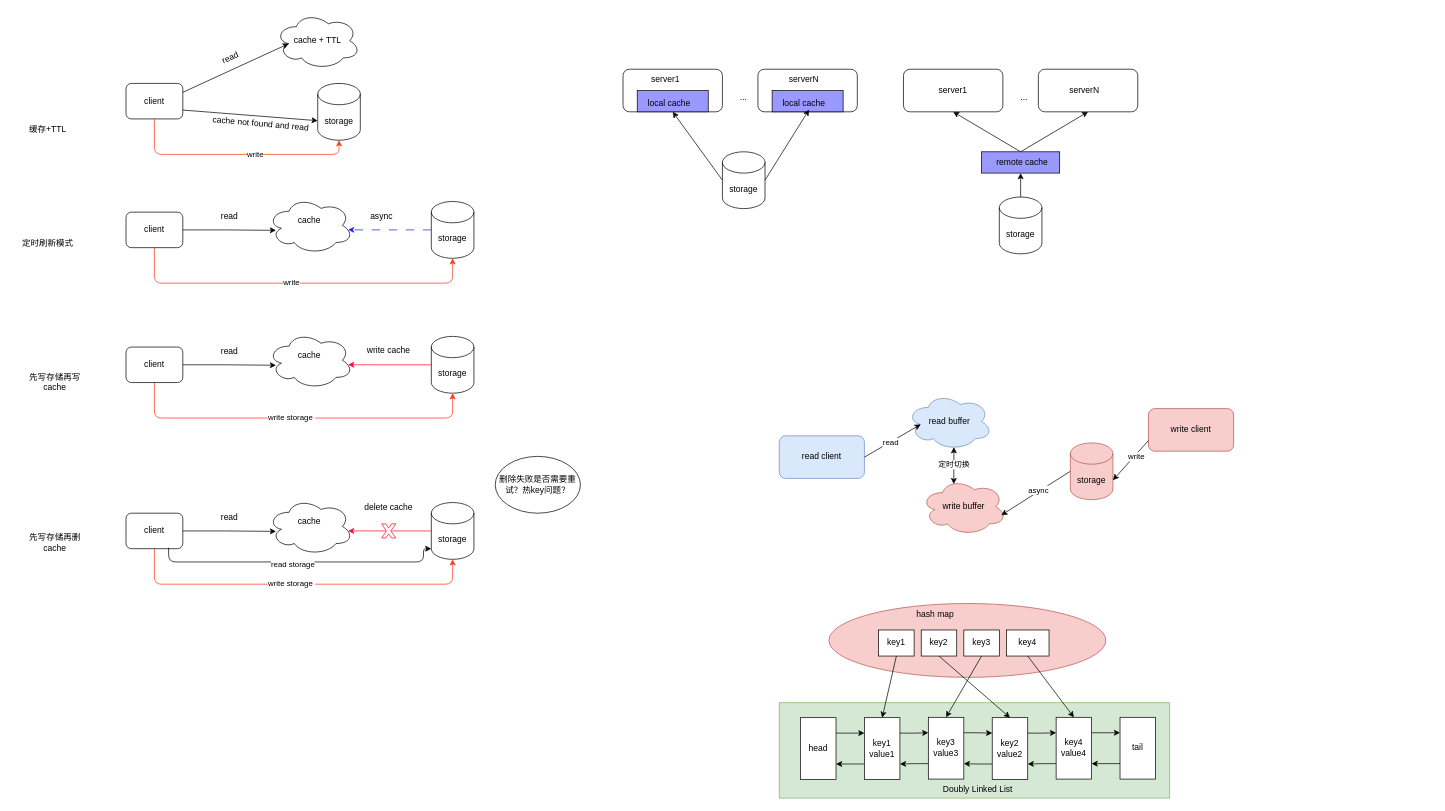
Before: page "cache" (3 of 6) of source/diagrams/tech.drawio in wxquare/wxquare.github.io, a draw.io diagram. Source tidied: cells renumbered, new cells numbered last; positions are measured from the earlier drawing's top-left corner, leaving out a move shared by most shapes. Both pictures are drawn from the tidied source at 71%, with x=0, y=0 at pixel (12, 12).
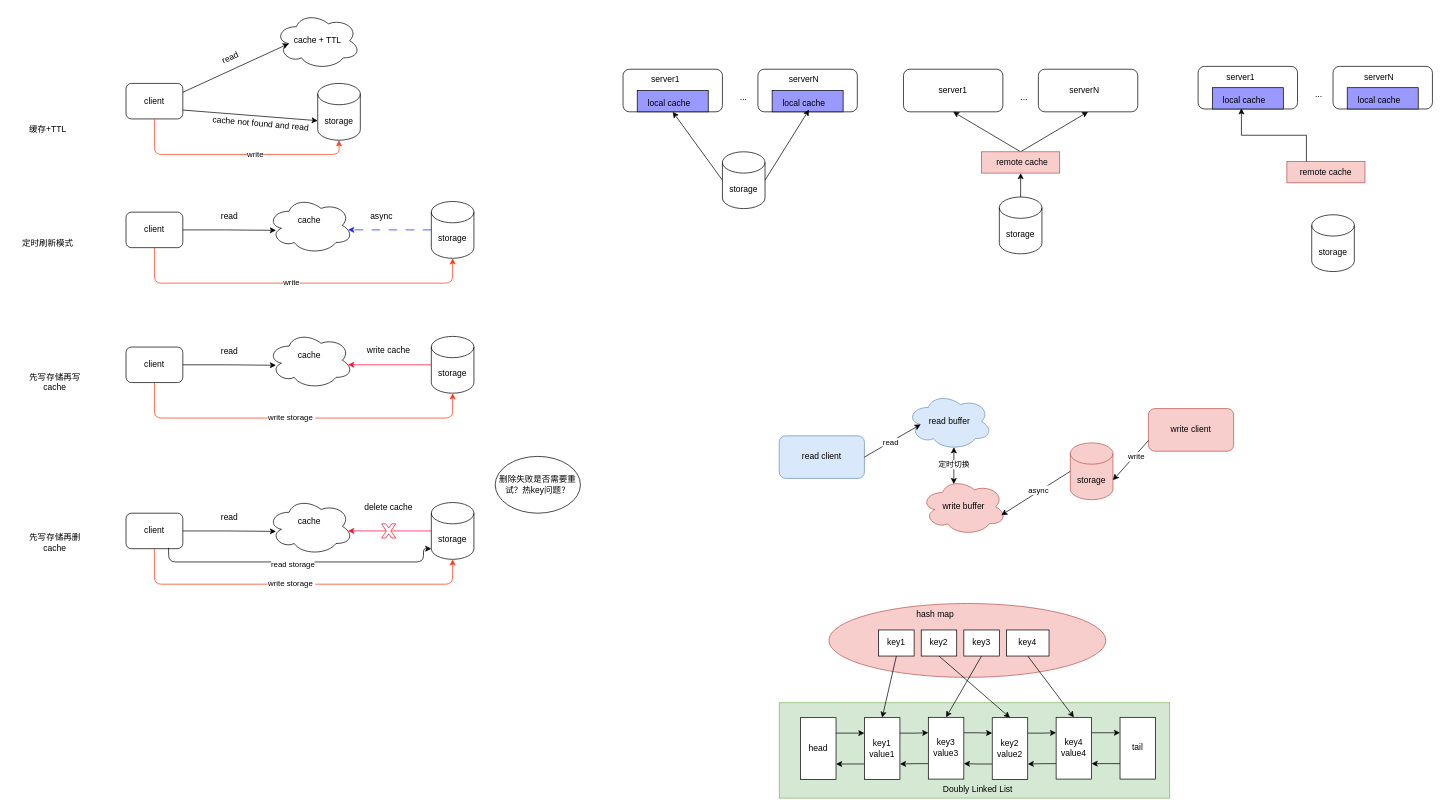
The same page after the edit.

Diff of the diagram source:
```diff
@@
-    <mxCell id="104" style="rounded=0;whiteSpace=wrap;html=1;fillColor=#9999FF;" parent="1" vertex="1">
+    <mxCell id="104" style="rounded=0;whiteSpace=wrap;html=1;fillColor=#f8cecc;strokeColor=#b85450;" parent="1" vertex="1">
       <mxGeometry x="1365" y="196.3" width="110" height="30" as="geometry" />
     </mxCell>
@@
+    <mxCell id="110" style="rounded=1;whiteSpace=wrap;html=1;" parent="1" vertex="1">
+      <mxGeometry x="1670" y="76" width="140" height="60" as="geometry" />
+    </mxCell>
+    <mxCell id="111" value="storage" style="shape=cylinder3;whiteSpace=wrap;html=1;boundedLbl=1;backgroundOutline=1;size=15;" parent="1" vertex="1">
+      <mxGeometry x="1830" y="285" width="60" height="80" as="geometry" />
+    </mxCell>
+    <mxCell id="112" style="rounded=0;whiteSpace=wrap;html=1;fillColor=#9999FF;" parent="1" vertex="1">
+      <mxGeometry x="1690" y="106" width="100" height="30" as="geometry" />
+    </mxCell>
+    <mxCell id="113" value="local cache" style="text;html=1;strokeColor=none;fillColor=none;align=center;verticalAlign=middle;whiteSpace=wrap;rounded=0;" parent="1" vertex="1">
+      <mxGeometry x="1700" y="116" width="70" height="15" as="geometry" />
+    </mxCell>
+    <mxCell id="114" style="rounded=1;whiteSpace=wrap;html=1;" parent="1" vertex="1">
+      <mxGeometry x="1860" y="76" width="140" height="60" as="geometry" />
+    </mxCell>
+    <mxCell id="115" style="rounded=0;whiteSpace=wrap;html=1;fillColor=#9999FF;" parent="1" vertex="1">
+      <mxGeometry x="1880" y="106" width="100" height="30" as="geometry" />
+    </mxCell>
+    <mxCell id="116" value="local cache" style="text;html=1;strokeColor=none;fillColor=none;align=center;verticalAlign=middle;whiteSpace=wrap;rounded=0;" parent="1" vertex="1">
+      <mxGeometry x="1890" y="116" width="70" height="15" as="geometry" />
+    </mxCell>
+    <mxCell id="117" value="server1" style="text;html=1;strokeColor=none;fillColor=none;align=center;verticalAlign=middle;whiteSpace=wrap;rounded=0;" parent="1" vertex="1">
+      <mxGeometry x="1700" y="76" width="60" height="30" as="geometry" />
+    </mxCell>
+    <mxCell id="118" value="serverN" style="text;html=1;strokeColor=none;fillColor=none;align=center;verticalAlign=middle;whiteSpace=wrap;rounded=0;" parent="1" vertex="1">
+      <mxGeometry x="1895" y="76" width="60" height="30" as="geometry" />
+    </mxCell>
+    <mxCell id="119" value="..." style="text;html=1;strokeColor=none;fillColor=none;align=center;verticalAlign=middle;whiteSpace=wrap;rounded=0;" parent="1" vertex="1">
+      <mxGeometry x="1810" y="101" width="60" height="30" as="geometry" />
+    </mxCell>
+    <mxCell id="120" value="remote cache" style="rounded=0;whiteSpace=wrap;html=1;fillColor=#f8cecc;strokeColor=#b85450;" parent="1" vertex="1">
+      <mxGeometry x="1795" y="210" width="110" height="30" as="geometry" />
+    </mxCell>
+    <mxCell id="121" style="edgeStyle=orthogonalEdgeStyle;rounded=0;jettySize=auto;html=1;exitX=0.25;exitY=0;exitDx=0;exitDy=0;entryX=0.41;entryY=0.967;entryDx=0;entryDy=0;entryPerimeter=0;" parent="1" edge="1" source="120" target="112">
+      <mxGeometry relative="1" as="geometry" />
+    </mxCell>
```
